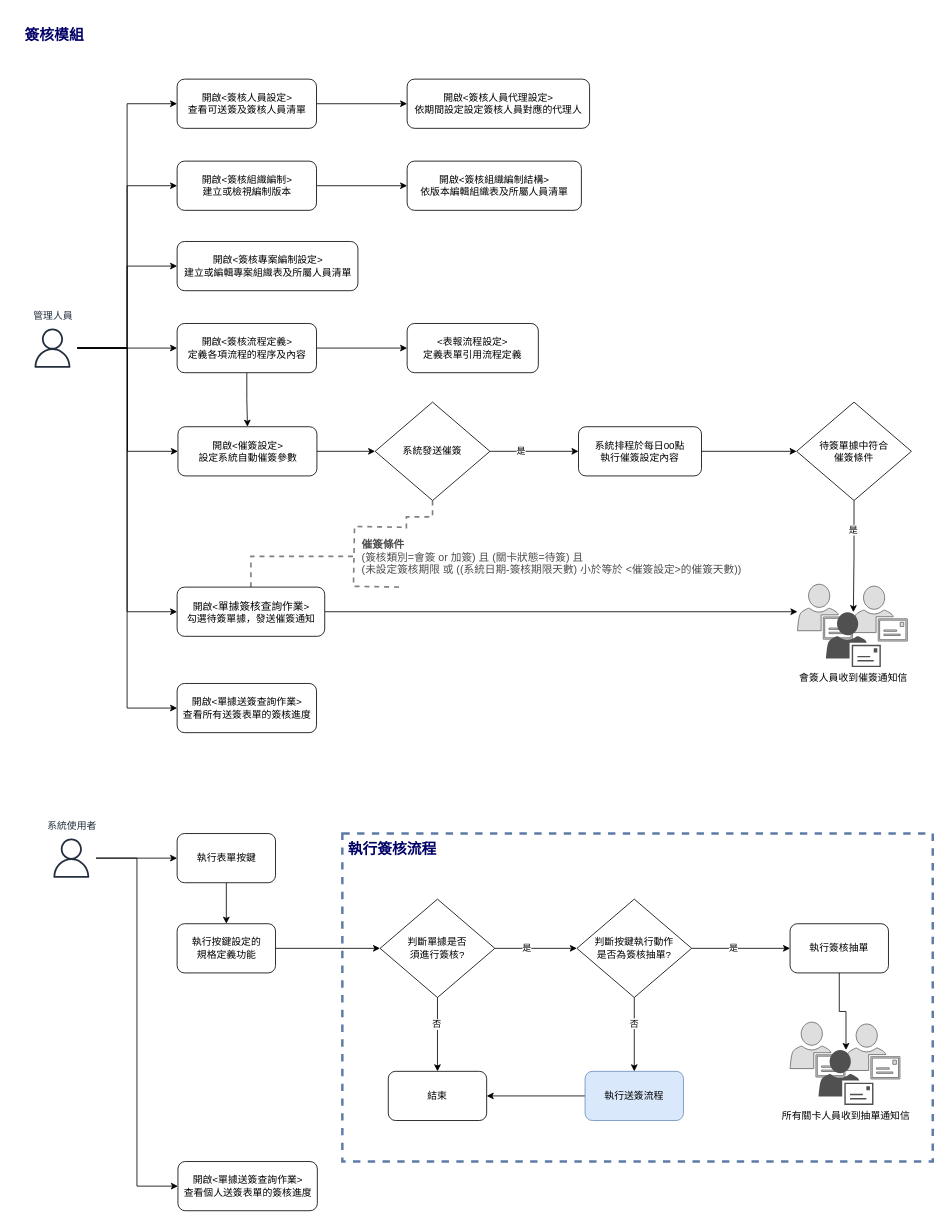
Earlier version of the draw.io diagram page "簽核" (1 of 4) of 8.10.2/RTE/SYSTEM/SIGNOFF/attachment/簽核流程.drawio (ArcareRD/sadocs). Source tidied: cells renumbered, new cells numbered last; positions are measured from the earlier drawing's top-left corner, leaving out a move shared by most shapes. Both pictures are drawn from the tidied source at 82%, with x=0, y=0 at pixel (14, 14).
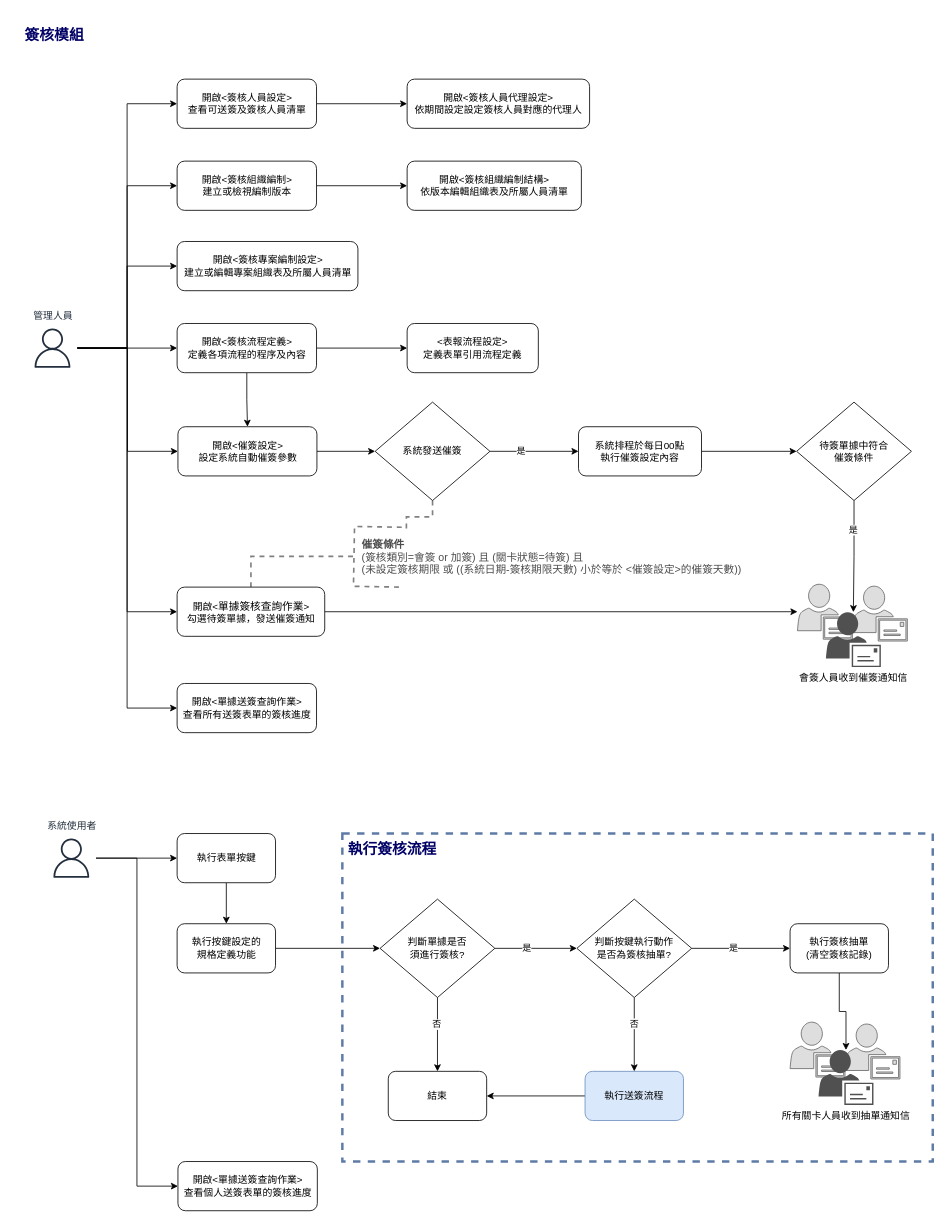
After the change.

Change to the diagram source:
```diff
@@
-    <mxCell id="35" value="執行簽核抽單&lt;br&gt;" style="rounded=1;whiteSpace=wrap;html=1;" parent="1" vertex="1">
+    <mxCell id="35" value="執行簽核抽單&lt;br&gt;(清空簽核記錄)" style="rounded=1;whiteSpace=wrap;html=1;" parent="1" vertex="1">
       <mxGeometry x="946" y="1109" width="120" height="60" as="geometry" />
     </mxCell>
```
